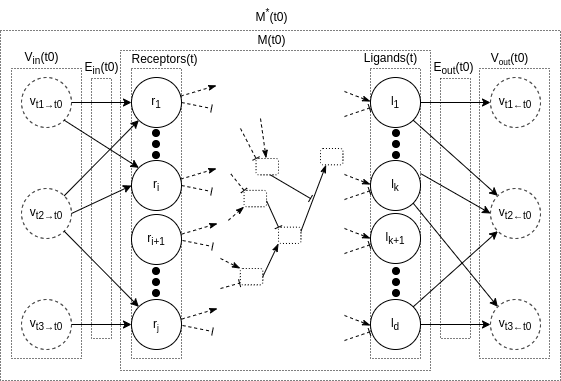
Above: docs/sepia-visualTheory.drawio.png in josura/c2c-sepia (draw.io), before the change. Source tidied: cells renumbered, new cells last; positions are measured from the earlier drawing's top-left corner, leaving out a move shared by most shapes. Its diagram source:
```xml
<mxGraphModel>
  <root>
    <mxCell id="0" />
    <mxCell id="1" parent="0" />
    <mxCell id="2" style="rounded=0;whiteSpace=wrap;html=1;fillColor=none;dashed=1;dashPattern=1 2;" parent="1" vertex="1">
      <mxGeometry x="370" y="68" width="50" height="290" as="geometry" />
    </mxCell>
    <mxCell id="3" style="rounded=0;whiteSpace=wrap;html=1;fillColor=none;dashed=1;dashPattern=1 2;" parent="1" vertex="1">
      <mxGeometry x="131" y="68" width="50" height="290" as="geometry" />
    </mxCell>
    <mxCell id="4" style="rounded=0;whiteSpace=wrap;html=1;fillColor=none;dashed=1;dashPattern=1 2;" parent="1" vertex="1">
      <mxGeometry y="30" width="560" height="350" as="geometry" />
    </mxCell>
    <mxCell id="5" style="rounded=0;whiteSpace=wrap;html=1;fillColor=none;dashed=1;dashPattern=1 2;" parent="1" vertex="1">
      <mxGeometry x="120" y="50" width="310" height="320" as="geometry" />
    </mxCell>
    <mxCell id="6" style="rounded=0;whiteSpace=wrap;html=1;fillColor=none;dashed=1;dashPattern=1 2;" parent="1" vertex="1">
      <mxGeometry x="479" y="68" width="70" height="290" as="geometry" />
    </mxCell>
    <mxCell id="7" style="rounded=0;whiteSpace=wrap;html=1;fillColor=none;dashed=1;dashPattern=1 2;" parent="1" vertex="1">
      <mxGeometry x="11" y="68" width="70" height="290" as="geometry" />
    </mxCell>
    <mxCell id="8" style="rounded=0;jettySize=auto;html=1;exitX=1;exitY=0.5;exitDx=0;exitDy=0;entryX=0;entryY=0.5;entryDx=0;entryDy=0;" parent="1" edge="1" source="11" target="12">
      <mxGeometry relative="1" as="geometry" />
    </mxCell>
    <mxCell id="9" style="edgeStyle=none;rounded=0;jettySize=auto;html=1;exitX=1;exitY=0;exitDx=0;exitDy=0;entryX=0;entryY=1;entryDx=0;entryDy=0;" parent="1" edge="1" source="11" target="20">
      <mxGeometry relative="1" as="geometry" />
    </mxCell>
    <mxCell id="10" style="edgeStyle=none;rounded=0;jettySize=auto;html=1;exitX=1;exitY=1;exitDx=0;exitDy=0;entryX=0;entryY=0;entryDx=0;entryDy=0;" parent="1" edge="1" source="11" target="23">
      <mxGeometry relative="1" as="geometry" />
    </mxCell>
    <mxCell id="11" value="v&lt;sub&gt;t2&lt;span style=&quot;font-size: 10px;&quot;&gt;→t0&lt;/span&gt;&lt;/sub&gt;" style="ellipse;whiteSpace=wrap;html=1;fillColor=none;dashed=1;" parent="1" vertex="1">
      <mxGeometry x="21" y="188" width="50" height="50" as="geometry" />
    </mxCell>
    <mxCell id="12" value="r&lt;sub&gt;i&lt;/sub&gt;" style="ellipse;whiteSpace=wrap;html=1;fillColor=none;" parent="1" vertex="1">
      <mxGeometry x="131" y="160" width="50" height="50" as="geometry" />
    </mxCell>
    <mxCell id="13" value="v&lt;sub&gt;t2&lt;span style=&quot;font-size: 10px;&quot;&gt;←t0&lt;/span&gt;&lt;/sub&gt;" style="ellipse;whiteSpace=wrap;html=1;fillColor=none;dashed=1;" parent="1" vertex="1">
      <mxGeometry x="490" y="188" width="50" height="50" as="geometry" />
    </mxCell>
    <mxCell id="14" style="endArrow=classic;html=1;rounded=0;entryX=0;entryY=0.5;entryDx=0;entryDy=0;" parent="1" edge="1" target="13">
      <mxGeometry relative="1" as="geometry">
        <mxPoint x="420" y="173" as="sourcePoint" />
      </mxGeometry>
    </mxCell>
    <mxCell id="15" style="edgeStyle=none;rounded=0;jettySize=auto;html=1;exitX=1;exitY=1;exitDx=0;exitDy=0;entryX=0;entryY=0;entryDx=0;entryDy=0;" parent="1" edge="1" source="16" target="28">
      <mxGeometry relative="1" as="geometry" />
    </mxCell>
    <mxCell id="16" value="l&lt;sub&gt;k&lt;/sub&gt;" style="ellipse;whiteSpace=wrap;html=1;fillColor=none;" parent="1" vertex="1">
      <mxGeometry x="370" y="160" width="50" height="50" as="geometry" />
    </mxCell>
    <mxCell id="17" style="rounded=0;jettySize=auto;html=1;exitX=1;exitY=0.5;exitDx=0;exitDy=0;entryX=0;entryY=0.5;entryDx=0;entryDy=0;" parent="1" edge="1" source="19" target="20">
      <mxGeometry relative="1" as="geometry" />
    </mxCell>
    <mxCell id="18" style="edgeStyle=none;rounded=0;jettySize=auto;html=1;exitX=1;exitY=1;exitDx=0;exitDy=0;entryX=0;entryY=0;entryDx=0;entryDy=0;" parent="1" edge="1" source="19" target="12">
      <mxGeometry relative="1" as="geometry" />
    </mxCell>
    <mxCell id="19" value="&lt;span style=&quot;font-size: 12px;&quot;&gt;v&lt;/span&gt;&lt;sub&gt;t1&lt;span style=&quot;font-size: 10px;&quot;&gt;→t0&lt;/span&gt;&lt;/sub&gt;" style="ellipse;whiteSpace=wrap;html=1;fillColor=none;dashed=1;" parent="1" vertex="1">
      <mxGeometry x="21" y="77" width="50" height="50" as="geometry" />
    </mxCell>
    <mxCell id="20" value="r&lt;sub&gt;1&lt;/sub&gt;" style="ellipse;whiteSpace=wrap;html=1;fillColor=none;" parent="1" vertex="1">
      <mxGeometry x="131" y="77" width="50" height="50" as="geometry" />
    </mxCell>
    <mxCell id="21" style="rounded=0;jettySize=auto;html=1;exitX=1;exitY=0.5;exitDx=0;exitDy=0;entryX=0;entryY=0.5;entryDx=0;entryDy=0;" parent="1" edge="1" source="22" target="23">
      <mxGeometry relative="1" as="geometry" />
    </mxCell>
    <mxCell id="22" value="v&lt;sub&gt;t3&lt;span style=&quot;font-size: 10px;&quot;&gt;→t0&lt;/span&gt;&lt;/sub&gt;" style="ellipse;whiteSpace=wrap;html=1;fillColor=none;dashed=1;" parent="1" vertex="1">
      <mxGeometry x="21" y="299" width="50" height="50" as="geometry" />
    </mxCell>
    <mxCell id="23" value="r&lt;span style=&quot;font-size: 10px;&quot;&gt;&lt;sub&gt;j&lt;/sub&gt;&lt;/span&gt;" style="ellipse;whiteSpace=wrap;html=1;fillColor=none;" parent="1" vertex="1">
      <mxGeometry x="131" y="299" width="50" height="50" as="geometry" />
    </mxCell>
    <mxCell id="24" value="v&lt;sub&gt;t1&lt;span style=&quot;font-size: 10px;&quot;&gt;←t0&lt;/span&gt;&lt;/sub&gt;" style="ellipse;whiteSpace=wrap;html=1;fillColor=none;dashed=1;" parent="1" vertex="1">
      <mxGeometry x="490" y="77" width="50" height="50" as="geometry" />
    </mxCell>
    <mxCell id="25" style="endArrow=classic;html=1;rounded=0;entryX=0;entryY=0.5;entryDx=0;entryDy=0;" parent="1" edge="1" target="24">
      <mxGeometry relative="1" as="geometry">
        <mxPoint x="420" y="102" as="sourcePoint" />
      </mxGeometry>
    </mxCell>
    <mxCell id="26" style="edgeStyle=none;rounded=0;jettySize=auto;html=1;exitX=1;exitY=1;exitDx=0;exitDy=0;entryX=0;entryY=0;entryDx=0;entryDy=0;" parent="1" edge="1" source="27" target="13">
      <mxGeometry relative="1" as="geometry" />
    </mxCell>
    <mxCell id="27" value="l&lt;sub&gt;1&lt;/sub&gt;" style="ellipse;whiteSpace=wrap;html=1;fillColor=none;" parent="1" vertex="1">
      <mxGeometry x="370" y="77" width="50" height="50" as="geometry" />
    </mxCell>
    <mxCell id="28" value="v&lt;sub&gt;t3&lt;span style=&quot;font-size: 10px;&quot;&gt;←t0&lt;/span&gt;&lt;/sub&gt;" style="ellipse;whiteSpace=wrap;html=1;fillColor=none;dashed=1;" parent="1" vertex="1">
      <mxGeometry x="490" y="299" width="50" height="50" as="geometry" />
    </mxCell>
    <mxCell id="29" style="endArrow=classic;html=1;rounded=0;entryX=0;entryY=0.5;entryDx=0;entryDy=0;exitX=1;exitY=0.5;exitDx=0;exitDy=0;" parent="1" edge="1" source="31" target="28">
      <mxGeometry relative="1" as="geometry" />
    </mxCell>
    <mxCell id="30" style="edgeStyle=none;rounded=0;jettySize=auto;html=1;exitX=1;exitY=0;exitDx=0;exitDy=0;entryX=0;entryY=1;entryDx=0;entryDy=0;" parent="1" edge="1" source="31" target="13">
      <mxGeometry relative="1" as="geometry" />
    </mxCell>
    <mxCell id="31" value="l&lt;sub&gt;d&lt;/sub&gt;" style="ellipse;whiteSpace=wrap;html=1;fillColor=none;" parent="1" vertex="1">
      <mxGeometry x="370" y="299" width="50" height="50" as="geometry" />
    </mxCell>
    <mxCell id="32" value="V&lt;sub&gt;in&lt;/sub&gt;(t0)" style="text;html=1;align=center;verticalAlign=middle;strokeColor=none;fillColor=none;" parent="1" vertex="1">
      <mxGeometry x="11" y="43" width="60" height="30" as="geometry" />
    </mxCell>
    <mxCell id="33" value="V&lt;span style=&quot;font-size: 10px;&quot;&gt;&lt;sub&gt;out&lt;/sub&gt;&lt;/span&gt;(t0)" style="text;html=1;align=center;verticalAlign=middle;strokeColor=none;fillColor=none;" parent="1" vertex="1">
      <mxGeometry x="479" y="43" width="60" height="30" as="geometry" />
    </mxCell>
    <mxCell id="34" value="M(t0)" style="text;html=1;align=center;verticalAlign=middle;strokeColor=none;fillColor=none;rotation=0;" parent="1" vertex="1">
      <mxGeometry x="246" y="25" width="50" height="30" as="geometry" />
    </mxCell>
    <mxCell id="35" value="E&lt;sub&gt;in&lt;/sub&gt;(t0)" style="text;html=1;align=center;verticalAlign=middle;strokeColor=none;fillColor=none;" parent="1" vertex="1">
      <mxGeometry x="71" y="53" width="60" height="30" as="geometry" />
    </mxCell>
    <mxCell id="36" value="E&lt;sub&gt;out&lt;/sub&gt;(t0)" style="text;html=1;align=center;verticalAlign=middle;strokeColor=none;fillColor=none;" parent="1" vertex="1">
      <mxGeometry x="423" y="53" width="60" height="30" as="geometry" />
    </mxCell>
    <mxCell id="37" value="M&lt;sup&gt;*&lt;/sup&gt;(t0)" style="text;html=1;align=center;verticalAlign=middle;strokeColor=none;fillColor=none;" parent="1" vertex="1">
      <mxGeometry x="241" width="60" height="30" as="geometry" />
    </mxCell>
    <mxCell id="38" style="rounded=0;whiteSpace=wrap;html=1;fillColor=none;dashed=1;dashPattern=1 2;" parent="1" vertex="1">
      <mxGeometry x="91" y="78" width="20" height="260" as="geometry" />
    </mxCell>
    <mxCell id="39" style="rounded=0;whiteSpace=wrap;html=1;fillColor=none;dashed=1;dashPattern=1 2;" parent="1" vertex="1">
      <mxGeometry x="440" y="78" width="30" height="260" as="geometry" />
    </mxCell>
    <mxCell id="40" style="ellipse;whiteSpace=wrap;html=1;fillColor=#000000;rotation=90;" parent="1" vertex="1">
      <mxGeometry x="152" y="129" width="7" height="7" as="geometry" />
    </mxCell>
    <mxCell id="41" style="ellipse;whiteSpace=wrap;html=1;fillColor=#000000;rotation=90;" parent="1" vertex="1">
      <mxGeometry x="152" y="140" width="7" height="7" as="geometry" />
    </mxCell>
    <mxCell id="42" style="ellipse;whiteSpace=wrap;html=1;fillColor=#000000;rotation=90;" parent="1" vertex="1">
      <mxGeometry x="152" y="151" width="7" height="7" as="geometry" />
    </mxCell>
    <mxCell id="43" value="r&lt;sub&gt;i+1&lt;/sub&gt;" style="ellipse;whiteSpace=wrap;html=1;fillColor=none;" parent="1" vertex="1">
      <mxGeometry x="131" y="214" width="50" height="50" as="geometry" />
    </mxCell>
    <mxCell id="44" style="ellipse;whiteSpace=wrap;html=1;fillColor=#000000;rotation=90;" parent="1" vertex="1">
      <mxGeometry x="152" y="267" width="7" height="7" as="geometry" />
    </mxCell>
    <mxCell id="45" style="ellipse;whiteSpace=wrap;html=1;fillColor=#000000;rotation=90;" parent="1" vertex="1">
      <mxGeometry x="152" y="278" width="7" height="7" as="geometry" />
    </mxCell>
    <mxCell id="46" style="ellipse;whiteSpace=wrap;html=1;fillColor=#000000;rotation=90;" parent="1" vertex="1">
      <mxGeometry x="152" y="289" width="7" height="7" as="geometry" />
    </mxCell>
    <mxCell id="47" style="ellipse;whiteSpace=wrap;html=1;fillColor=#000000;rotation=90;" parent="1" vertex="1">
      <mxGeometry x="392" y="129" width="7" height="7" as="geometry" />
    </mxCell>
    <mxCell id="48" style="ellipse;whiteSpace=wrap;html=1;fillColor=#000000;rotation=90;" parent="1" vertex="1">
      <mxGeometry x="392" y="140" width="7" height="7" as="geometry" />
    </mxCell>
    <mxCell id="49" style="ellipse;whiteSpace=wrap;html=1;fillColor=#000000;rotation=90;" parent="1" vertex="1">
      <mxGeometry x="392" y="151" width="7" height="7" as="geometry" />
    </mxCell>
    <mxCell id="50" style="ellipse;whiteSpace=wrap;html=1;fillColor=#000000;rotation=90;" parent="1" vertex="1">
      <mxGeometry x="392" y="267" width="7" height="7" as="geometry" />
    </mxCell>
    <mxCell id="51" style="ellipse;whiteSpace=wrap;html=1;fillColor=#000000;rotation=90;" parent="1" vertex="1">
      <mxGeometry x="392" y="278" width="7" height="7" as="geometry" />
    </mxCell>
    <mxCell id="52" style="ellipse;whiteSpace=wrap;html=1;fillColor=#000000;rotation=90;" parent="1" vertex="1">
      <mxGeometry x="392" y="289" width="7" height="7" as="geometry" />
    </mxCell>
    <mxCell id="53" value="l&lt;sub&gt;k+1&lt;/sub&gt;" style="ellipse;whiteSpace=wrap;html=1;fillColor=none;" parent="1" vertex="1">
      <mxGeometry x="370" y="213" width="50" height="50" as="geometry" />
    </mxCell>
    <mxCell id="54" value="Receptors(t)" style="text;html=1;align=center;verticalAlign=middle;strokeColor=none;fillColor=none;" parent="1" vertex="1">
      <mxGeometry x="119" y="44" width="90" height="30" as="geometry" />
    </mxCell>
    <mxCell id="55" value="Ligands(t)" style="text;html=1;align=center;verticalAlign=middle;strokeColor=none;fillColor=none;" parent="1" vertex="1">
      <mxGeometry x="350" y="43" width="80" height="30" as="geometry" />
    </mxCell>
    <mxCell id="56" style="group;dashed=1;dashPattern=1 2;fillColor=none;" parent="1" vertex="1">
      <mxGeometry x="223" y="160" width="116" height="90" as="geometry" />
    </mxCell>
    <mxCell id="57" style="edgeStyle=none;rounded=0;jettySize=auto;html=1;exitX=0.65;exitY=1.017;exitDx=0;exitDy=0;endArrow=baseDash;endFill=0;exitPerimeter=0;" parent="56" edge="1" source="69">
      <mxGeometry relative="1" as="geometry">
        <mxPoint x="87" y="38" as="targetPoint" />
      </mxGeometry>
    </mxCell>
    <mxCell id="58" style="rounded=1;whiteSpace=wrap;html=1;dashed=1;dashPattern=1 2;fillColor=none;" parent="56" vertex="1">
      <mxGeometry x="97" y="-12" width="22.5" height="16.3" as="geometry" />
    </mxCell>
    <mxCell id="59" style="rounded=1;whiteSpace=wrap;html=1;dashed=1;dashPattern=1 2;fillColor=none;" parent="56" vertex="1">
      <mxGeometry x="55" y="66.7" width="22.5" height="16.3" as="geometry" />
    </mxCell>
    <mxCell id="60" style="edgeStyle=none;rounded=0;jettySize=auto;html=1;exitX=1;exitY=0.25;exitDx=0;exitDy=0;entryX=0.25;entryY=1;entryDx=0;entryDy=0;endArrow=classicThin;endFill=1;" parent="56" edge="1" source="59" target="58">
      <mxGeometry relative="1" as="geometry" />
    </mxCell>
    <mxCell id="61" style="rounded=1;whiteSpace=wrap;html=1;dashed=1;dashPattern=1 2;fillColor=none;" parent="56" vertex="1">
      <mxGeometry x="20.6" y="29.9" width="22.5" height="16.3" as="geometry" />
    </mxCell>
    <mxCell id="62" style="rounded=0;jettySize=auto;html=1;exitX=1;exitY=0.633;exitDx=0;exitDy=0;entryX=0;entryY=0;entryDx=0;entryDy=0;endArrow=baseDash;endFill=0;exitPerimeter=0;" parent="56" edge="1" source="61" target="59">
      <mxGeometry relative="1" as="geometry" />
    </mxCell>
    <mxCell id="63" style="rounded=0;jettySize=auto;html=1;entryX=0;entryY=0;entryDx=0;entryDy=0;endArrow=baseDash;endFill=0;dashed=1;" parent="56" edge="1" target="69">
      <mxGeometry relative="1" as="geometry">
        <mxPoint x="17" y="-32" as="sourcePoint" />
      </mxGeometry>
    </mxCell>
    <mxCell id="64" style="rounded=0;jettySize=auto;html=1;entryX=0;entryY=0;entryDx=0;entryDy=0;endArrow=baseDash;endFill=0;dashed=1;" parent="56" edge="1" target="61">
      <mxGeometry relative="1" as="geometry">
        <mxPoint x="7.5" y="13.6" as="sourcePoint" />
      </mxGeometry>
    </mxCell>
    <mxCell id="65" style="rounded=0;jettySize=auto;html=1;endArrow=baseDash;endFill=0;dashed=1;entryX=-0.033;entryY=0.9;entryDx=0;entryDy=0;entryPerimeter=0;" parent="56" edge="1" target="86">
      <mxGeometry relative="1" as="geometry">
        <mxPoint x="-3" y="128" as="sourcePoint" />
      </mxGeometry>
    </mxCell>
    <mxCell id="66" style="edgeStyle=none;rounded=0;orthogonalLoop=1;jettySize=auto;html=1;exitX=1;exitY=0.5;exitDx=0;exitDy=0;entryX=0;entryY=1;entryDx=0;entryDy=0;endArrow=classicThin;endFill=1;dashed=1;" parent="56" edge="1">
      <mxGeometry relative="1" as="geometry">
        <mxPoint x="4.9" y="59.8" as="sourcePoint" />
        <mxPoint x="20.6" y="46.2" as="targetPoint" />
      </mxGeometry>
    </mxCell>
    <mxCell id="67" style="edgeStyle=none;rounded=0;jettySize=auto;html=1;entryX=0;entryY=0;entryDx=0;entryDy=0;endArrow=classicThin;endFill=1;dashed=1;" parent="56" edge="1" target="86">
      <mxGeometry relative="1" as="geometry">
        <mxPoint x="-3" y="98" as="sourcePoint" />
      </mxGeometry>
    </mxCell>
    <mxCell id="68" style="edgeStyle=none;rounded=0;jettySize=auto;html=1;entryX=0.45;entryY=-0.017;entryDx=0;entryDy=0;endArrow=classicThin;endFill=1;dashed=1;entryPerimeter=0;" parent="56" edge="1" target="69">
      <mxGeometry relative="1" as="geometry">
        <mxPoint x="37" y="-42" as="sourcePoint" />
      </mxGeometry>
    </mxCell>
    <mxCell id="69" style="rounded=1;whiteSpace=wrap;html=1;dashed=1;dashPattern=1 2;fillColor=none;" parent="56" vertex="1">
      <mxGeometry x="32.6" y="-2" width="22.5" height="16.3" as="geometry" />
    </mxCell>
    <mxCell id="70" style="edgeStyle=none;rounded=0;jettySize=auto;html=1;endArrow=baseDash;endFill=0;dashed=1;exitX=1;exitY=0.5;exitDx=0;exitDy=0;" parent="1" edge="1" source="20">
      <mxGeometry relative="1" as="geometry">
        <mxPoint x="211" y="108" as="targetPoint" />
      </mxGeometry>
    </mxCell>
    <mxCell id="71" style="edgeStyle=none;rounded=0;jettySize=auto;html=1;exitX=0.983;exitY=0.373;exitDx=0;exitDy=0;dashed=1;endArrow=classicThin;endFill=1;exitPerimeter=0;" parent="1" edge="1" source="20">
      <mxGeometry relative="1" as="geometry">
        <mxPoint x="216" y="85" as="targetPoint" />
      </mxGeometry>
    </mxCell>
    <mxCell id="72" style="edgeStyle=none;rounded=0;orthogonalLoop=1;jettySize=auto;html=1;endArrow=baseDash;endFill=0;dashed=1;exitX=1;exitY=0.5;exitDx=0;exitDy=0;" parent="1" edge="1">
      <mxGeometry relative="1" as="geometry">
        <mxPoint x="181" y="185" as="sourcePoint" />
        <mxPoint x="211" y="191" as="targetPoint" />
      </mxGeometry>
    </mxCell>
    <mxCell id="73" style="edgeStyle=none;rounded=0;orthogonalLoop=1;jettySize=auto;html=1;exitX=0.983;exitY=0.373;exitDx=0;exitDy=0;dashed=1;endArrow=classicThin;endFill=1;exitPerimeter=0;" parent="1" edge="1">
      <mxGeometry relative="1" as="geometry">
        <mxPoint x="180.2" y="178.7" as="sourcePoint" />
        <mxPoint x="216" y="168" as="targetPoint" />
      </mxGeometry>
    </mxCell>
    <mxCell id="74" style="edgeStyle=none;rounded=0;orthogonalLoop=1;jettySize=auto;html=1;endArrow=baseDash;endFill=0;dashed=1;exitX=1;exitY=0.5;exitDx=0;exitDy=0;" parent="1" edge="1">
      <mxGeometry relative="1" as="geometry">
        <mxPoint x="182" y="240" as="sourcePoint" />
        <mxPoint x="212" y="246" as="targetPoint" />
      </mxGeometry>
    </mxCell>
    <mxCell id="75" style="edgeStyle=none;rounded=0;orthogonalLoop=1;jettySize=auto;html=1;exitX=0.983;exitY=0.373;exitDx=0;exitDy=0;dashed=1;endArrow=classicThin;endFill=1;exitPerimeter=0;" parent="1" edge="1">
      <mxGeometry relative="1" as="geometry">
        <mxPoint x="181.2" y="233.7" as="sourcePoint" />
        <mxPoint x="217" y="223" as="targetPoint" />
      </mxGeometry>
    </mxCell>
    <mxCell id="76" style="edgeStyle=none;rounded=0;orthogonalLoop=1;jettySize=auto;html=1;endArrow=baseDash;endFill=0;dashed=1;exitX=1;exitY=0.5;exitDx=0;exitDy=0;" parent="1" edge="1">
      <mxGeometry relative="1" as="geometry">
        <mxPoint x="182" y="325" as="sourcePoint" />
        <mxPoint x="212" y="331" as="targetPoint" />
      </mxGeometry>
    </mxCell>
    <mxCell id="77" style="edgeStyle=none;rounded=0;orthogonalLoop=1;jettySize=auto;html=1;exitX=0.983;exitY=0.373;exitDx=0;exitDy=0;dashed=1;endArrow=classicThin;endFill=1;exitPerimeter=0;" parent="1" edge="1">
      <mxGeometry relative="1" as="geometry">
        <mxPoint x="181.2" y="318.7" as="sourcePoint" />
        <mxPoint x="217" y="308" as="targetPoint" />
      </mxGeometry>
    </mxCell>
    <mxCell id="78" style="edgeStyle=none;rounded=0;jettySize=auto;html=1;endArrow=baseDash;endFill=0;dashed=1;entryX=-0.021;entryY=0.63;entryDx=0;entryDy=0;entryPerimeter=0;" parent="1" edge="1" target="53">
      <mxGeometry relative="1" as="geometry">
        <mxPoint x="344" y="253" as="sourcePoint" />
      </mxGeometry>
    </mxCell>
    <mxCell id="79" style="edgeStyle=none;rounded=0;jettySize=auto;html=1;dashed=1;endArrow=classicThin;endFill=1;entryX=0;entryY=0.5;entryDx=0;entryDy=0;" parent="1" edge="1" target="53">
      <mxGeometry relative="1" as="geometry">
        <mxPoint x="344" y="228" as="sourcePoint" />
      </mxGeometry>
    </mxCell>
    <mxCell id="80" style="edgeStyle=none;rounded=0;orthogonalLoop=1;jettySize=auto;html=1;endArrow=baseDash;endFill=0;dashed=1;entryX=-0.021;entryY=0.63;entryDx=0;entryDy=0;entryPerimeter=0;" parent="1" edge="1">
      <mxGeometry relative="1" as="geometry">
        <mxPoint x="344" y="199" as="sourcePoint" />
        <mxPoint x="369" y="190.5" as="targetPoint" />
      </mxGeometry>
    </mxCell>
    <mxCell id="81" style="edgeStyle=none;rounded=0;orthogonalLoop=1;jettySize=auto;html=1;dashed=1;endArrow=classicThin;endFill=1;entryX=0;entryY=0.5;entryDx=0;entryDy=0;" parent="1" edge="1">
      <mxGeometry relative="1" as="geometry">
        <mxPoint x="344" y="174" as="sourcePoint" />
        <mxPoint x="370" y="184" as="targetPoint" />
      </mxGeometry>
    </mxCell>
    <mxCell id="82" style="edgeStyle=none;rounded=0;orthogonalLoop=1;jettySize=auto;html=1;endArrow=baseDash;endFill=0;dashed=1;entryX=-0.021;entryY=0.63;entryDx=0;entryDy=0;entryPerimeter=0;" parent="1" edge="1">
      <mxGeometry relative="1" as="geometry">
        <mxPoint x="344" y="340" as="sourcePoint" />
        <mxPoint x="369" y="331.5" as="targetPoint" />
      </mxGeometry>
    </mxCell>
    <mxCell id="83" style="edgeStyle=none;rounded=0;orthogonalLoop=1;jettySize=auto;html=1;dashed=1;endArrow=classicThin;endFill=1;entryX=0;entryY=0.5;entryDx=0;entryDy=0;" parent="1" edge="1">
      <mxGeometry relative="1" as="geometry">
        <mxPoint x="344" y="315" as="sourcePoint" />
        <mxPoint x="370" y="325" as="targetPoint" />
      </mxGeometry>
    </mxCell>
    <mxCell id="84" style="edgeStyle=none;rounded=0;orthogonalLoop=1;jettySize=auto;html=1;endArrow=baseDash;endFill=0;dashed=1;entryX=-0.021;entryY=0.63;entryDx=0;entryDy=0;entryPerimeter=0;" parent="1" edge="1">
      <mxGeometry relative="1" as="geometry">
        <mxPoint x="344" y="116" as="sourcePoint" />
        <mxPoint x="369" y="107.5" as="targetPoint" />
      </mxGeometry>
    </mxCell>
    <mxCell id="85" style="edgeStyle=none;rounded=0;orthogonalLoop=1;jettySize=auto;html=1;dashed=1;endArrow=classicThin;endFill=1;entryX=0;entryY=0.5;entryDx=0;entryDy=0;" parent="1" edge="1">
      <mxGeometry relative="1" as="geometry">
        <mxPoint x="344" y="91" as="sourcePoint" />
        <mxPoint x="370" y="101" as="targetPoint" />
      </mxGeometry>
    </mxCell>
    <mxCell id="86" style="rounded=1;whiteSpace=wrap;html=1;dashed=1;dashPattern=1 2;fillColor=none;" parent="1" vertex="1">
      <mxGeometry x="239.8" y="268" width="22.5" height="16.3" as="geometry" />
    </mxCell>
    <mxCell id="87" style="edgeStyle=none;rounded=0;jettySize=auto;html=1;exitX=1;exitY=0.5;exitDx=0;exitDy=0;entryX=0;entryY=1;entryDx=0;entryDy=0;endArrow=classicThin;endFill=1;" parent="1" edge="1" source="86" target="59">
      <mxGeometry relative="1" as="geometry" />
    </mxCell>
  </root>
</mxGraphModel>
```
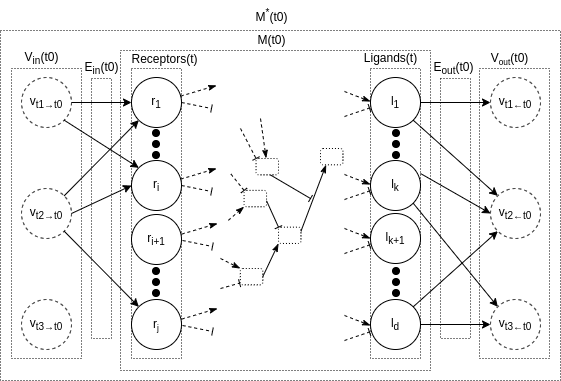
Above is the later version.

Diff of the diagram source:
```diff
@@ -61,9 +61,6 @@
     <mxCell id="20" value="r&lt;sub&gt;1&lt;/sub&gt;" style="ellipse;whiteSpace=wrap;html=1;fillColor=none;" parent="1" vertex="1">
       <mxGeometry x="131" y="77" width="50" height="50" as="geometry" />
     </mxCell>
-    <mxCell id="21" style="rounded=0;jettySize=auto;html=1;exitX=1;exitY=0.5;exitDx=0;exitDy=0;entryX=0;entryY=0.5;entryDx=0;entryDy=0;" parent="1" edge="1" source="22" target="23">
-      <mxGeometry relative="1" as="geometry" />
-    </mxCell>
     <mxCell id="22" value="v&lt;sub&gt;t3&lt;span style=&quot;font-size: 10px;&quot;&gt;→t0&lt;/span&gt;&lt;/sub&gt;" style="ellipse;whiteSpace=wrap;html=1;fillColor=none;dashed=1;" parent="1" vertex="1">
       <mxGeometry x="21" y="299" width="50" height="50" as="geometry" />
     </mxCell>
```
